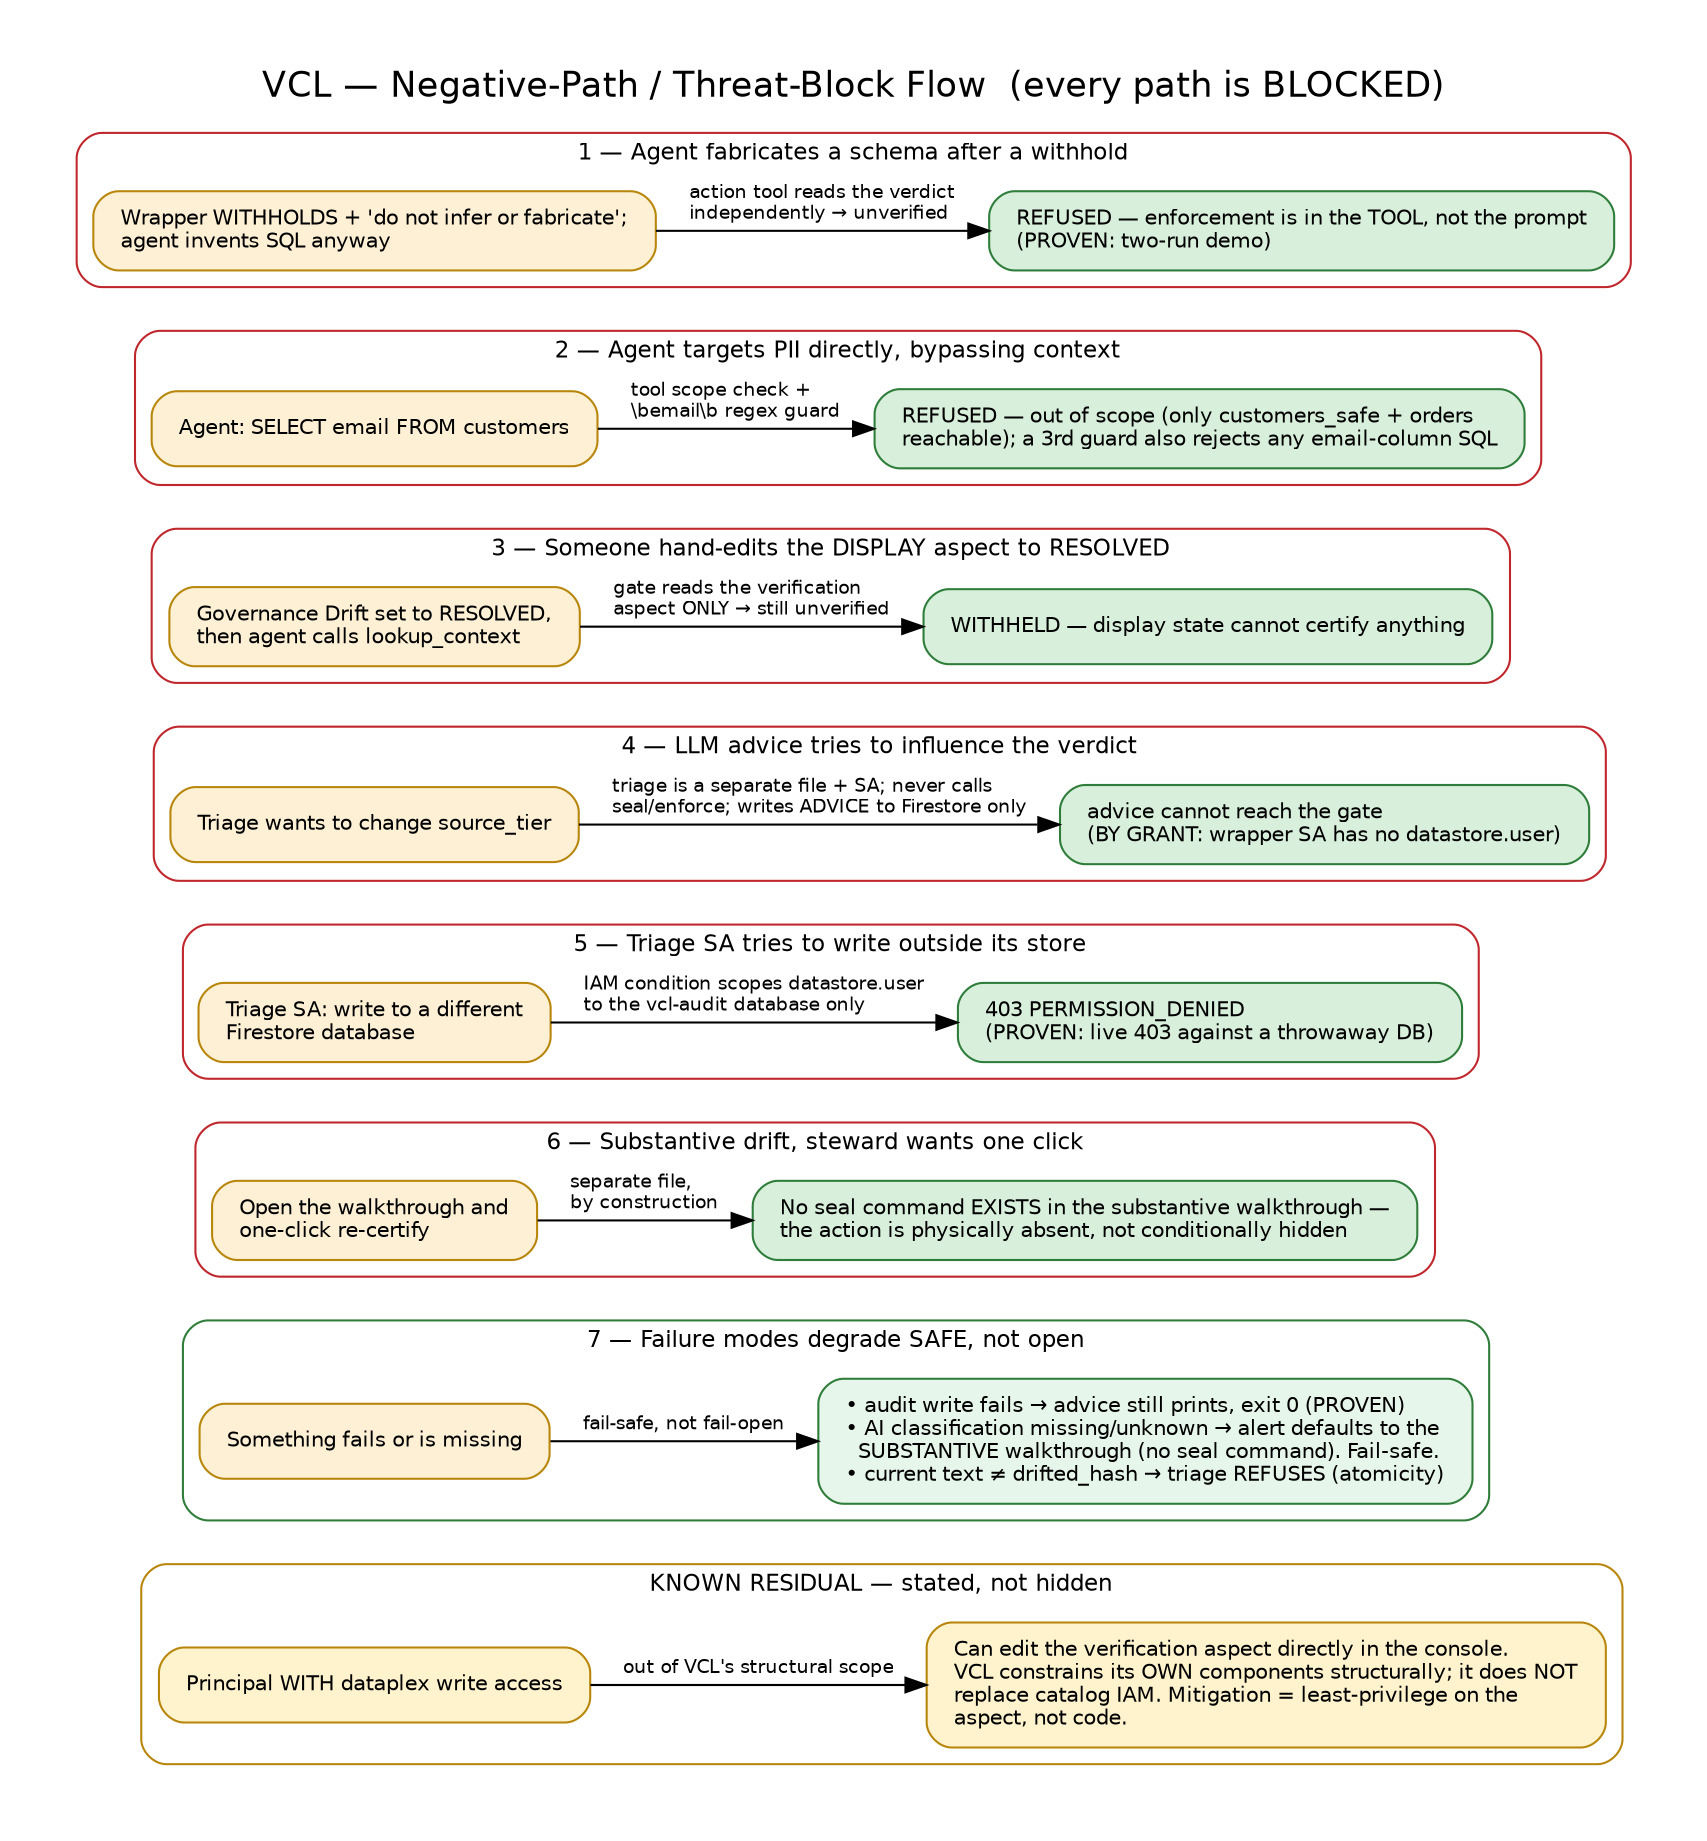
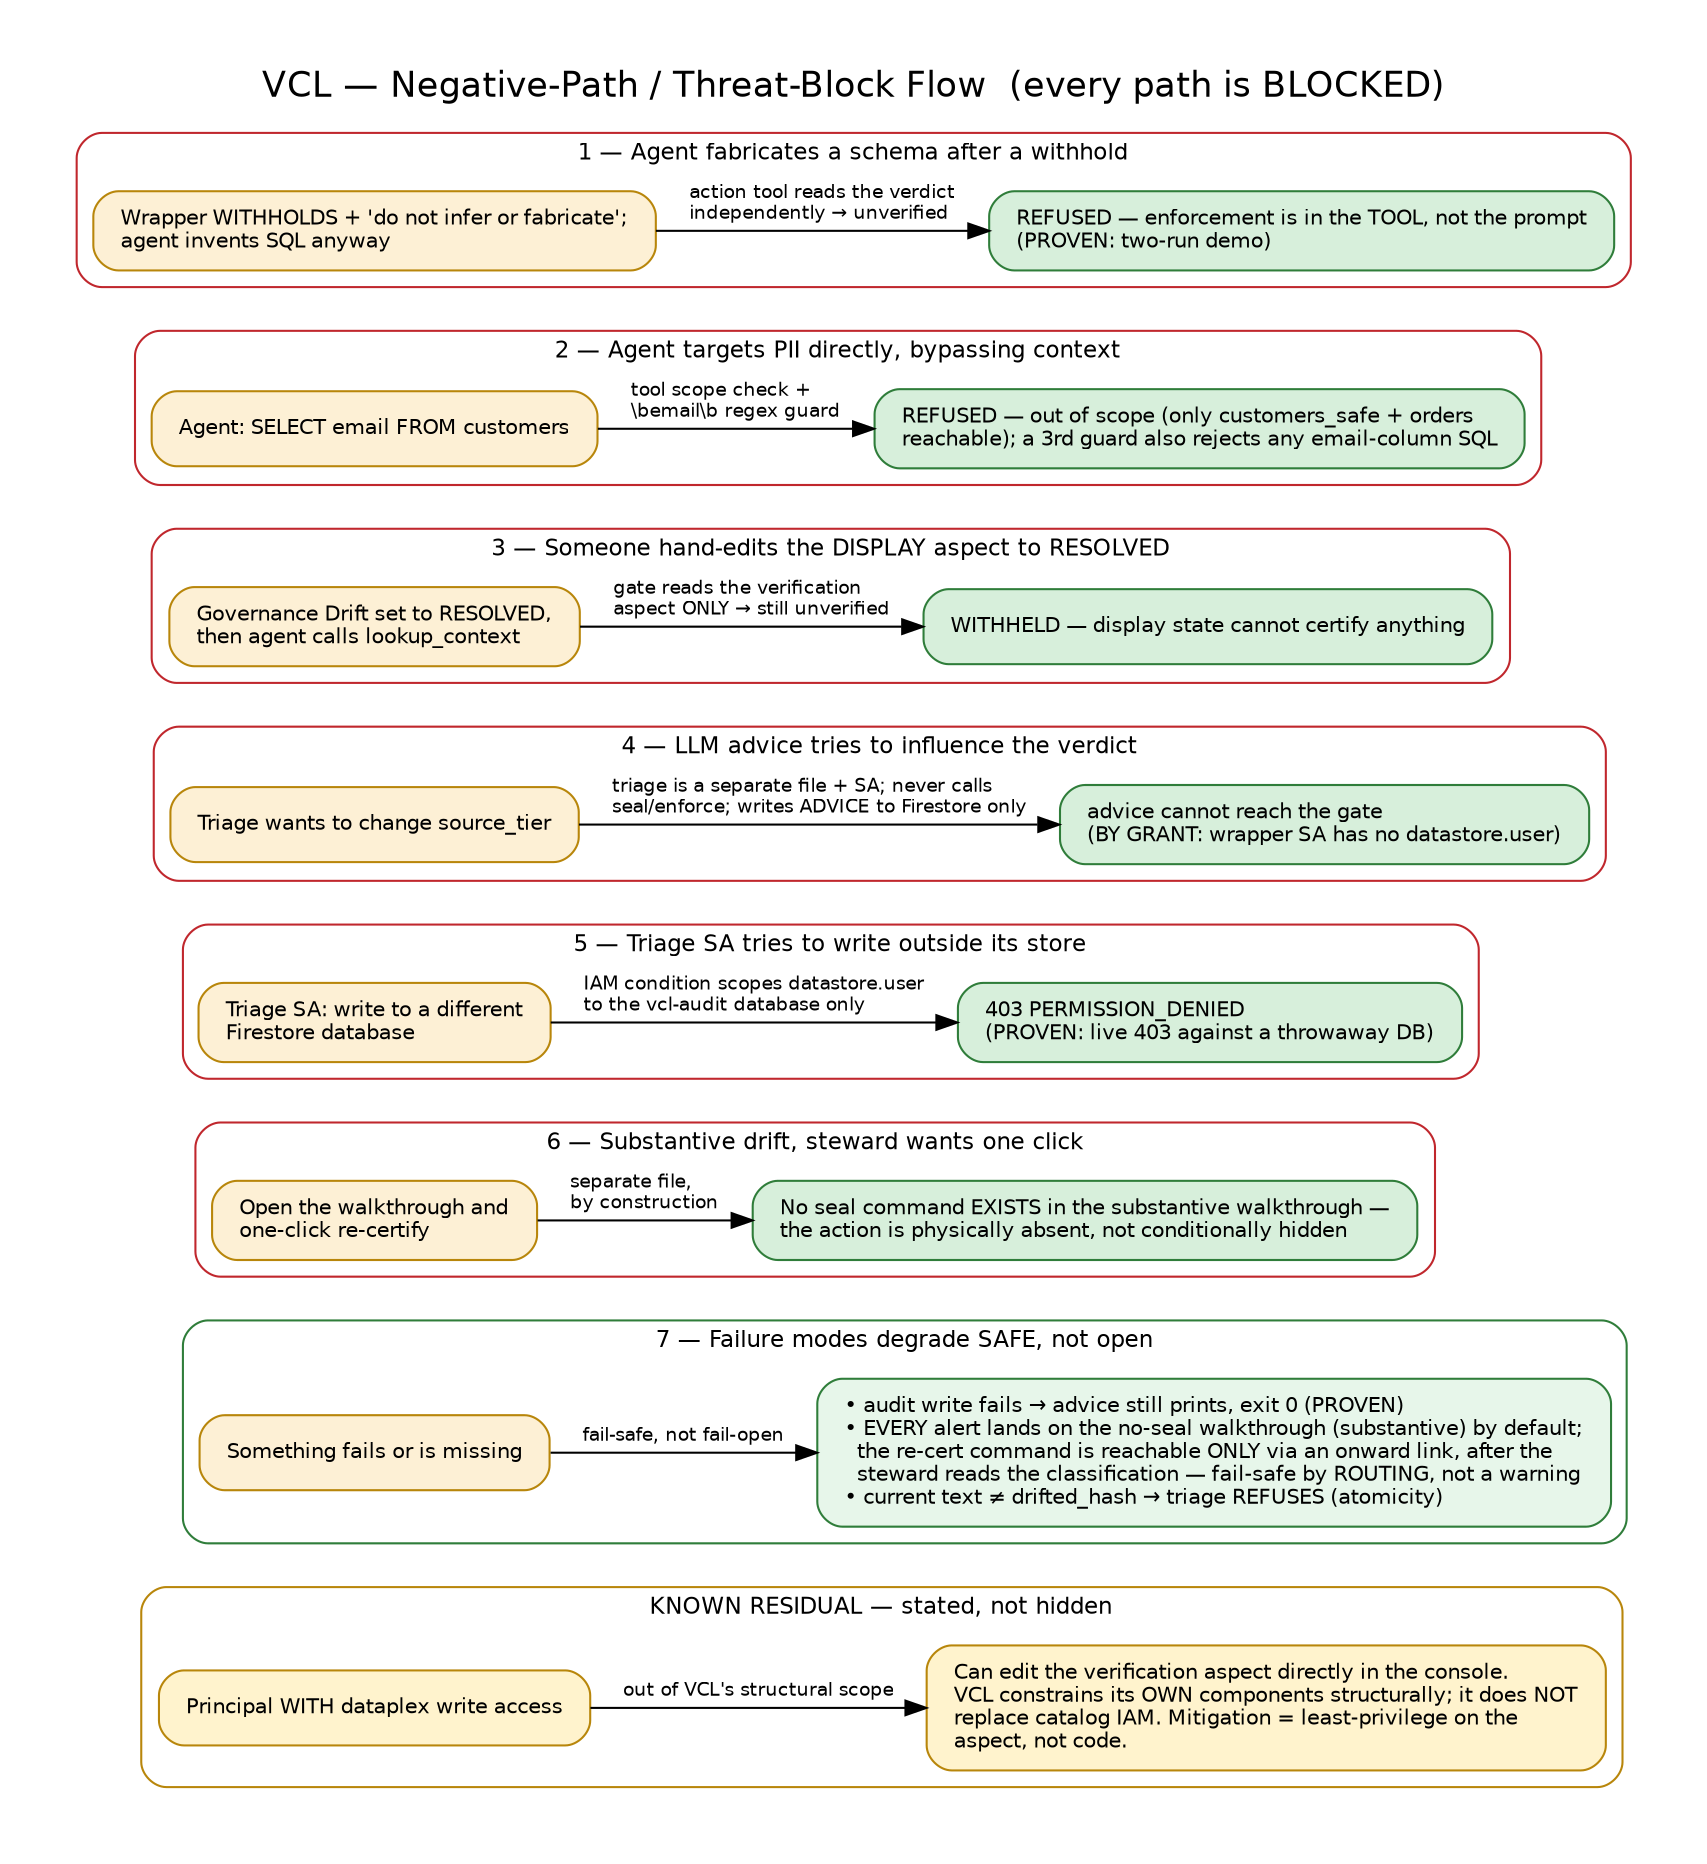
// VCL — Negative-Path / Threat-Block Flow (Graphviz DOT)
// Render: dot -Tsvg negative_flow.dot -o negative_flow.svg
// Every attempt is BLOCKED. Evidence tier is explicit:
//   PROVEN (live)  = observed live (a real 403 / a real run)
//   by grant       = true by IAM/structure inspection, not a live observation
//   RESIDUAL       = an honest, stated gap (amber)
// Fix vs the mermaid draft: scenario 4 relabelled "by grant" (it was not observed live
// the way scenario 5's 403 was).
digraph negative_flow {
  rankdir=TB;
  graph [fontname="Helvetica", labelloc="t", fontsize=17,
         label="VCL — Negative-Path / Threat-Block Flow  (every path is BLOCKED)",
         pad=0.4, nodesep=0.45, ranksep=0.55, splines=spline];
  node  [fontname="Helvetica", fontsize=10, shape=box, style="rounded,filled", margin="0.18,0.11"];
  edge  [fontname="Helvetica", fontsize=9];

  // colour roles
  //   attempt  amber   #fdf0d5
  //   blocked  green   #d7efdb
  //   failsafe green   #e7f6ea
  //   residual amber   #fff3cd

  subgraph cluster_1 {
    label="1 — Agent fabricates a schema after a withhold"; fontsize=11; style="rounded"; color="#c0272d";
    a1 [label="Wrapper WITHHOLDS + 'do not infer or fabricate';\lagent invents SQL anyway\l", fillcolor="#fdf0d5", color="#b8860b"];
    o1 [label="REFUSED — enforcement is in the TOOL, not the prompt\l(PROVEN: two-run demo)\l", fillcolor="#d7efdb", color="#2f7d3a"];
    { rank=same; a1 -> o1 [label="action tool reads the verdict\lindependently → unverified\l"]; }
  }
  subgraph cluster_2 {
    label="2 — Agent targets PII directly, bypassing context"; fontsize=11; style="rounded"; color="#c0272d";
    a2 [label="Agent: SELECT email FROM customers", fillcolor="#fdf0d5", color="#b8860b"];
    o2 [label="REFUSED — out of scope (only customers_safe + orders\lreachable); a 3rd guard also rejects any email-column SQL\l", fillcolor="#d7efdb", color="#2f7d3a"];
    { rank=same; a2 -> o2 [label="tool scope check +\l\\bemail\\b regex guard\l"]; }
  }
  subgraph cluster_3 {
    label="3 — Someone hand-edits the DISPLAY aspect to RESOLVED"; fontsize=11; style="rounded"; color="#c0272d";
    a3 [label="Governance Drift set to RESOLVED,\lthen agent calls lookup_context\l", fillcolor="#fdf0d5", color="#b8860b"];
    o3 [label="WITHHELD — display state cannot certify anything", fillcolor="#d7efdb", color="#2f7d3a"];
    { rank=same; a3 -> o3 [label="gate reads the verification\laspect ONLY → still unverified\l"]; }
  }
  subgraph cluster_4 {
    label="4 — LLM advice tries to influence the verdict"; fontsize=11; style="rounded"; color="#c0272d";
    a4 [label="Triage wants to change source_tier", fillcolor="#fdf0d5", color="#b8860b"];
    o4 [label="advice cannot reach the gate\l(BY GRANT: wrapper SA has no datastore.user)\l", fillcolor="#d7efdb", color="#2f7d3a"];
    { rank=same; a4 -> o4 [label="triage is a separate file + SA; never calls\lseal/enforce; writes ADVICE to Firestore only\l"]; }
  }
  subgraph cluster_5 {
    label="5 — Triage SA tries to write outside its store"; fontsize=11; style="rounded"; color="#c0272d";
    a5 [label="Triage SA: write to a different\lFirestore database\l", fillcolor="#fdf0d5", color="#b8860b"];
    o5 [label="403 PERMISSION_DENIED\l(PROVEN: live 403 against a throwaway DB)\l", fillcolor="#d7efdb", color="#2f7d3a"];
    { rank=same; a5 -> o5 [label="IAM condition scopes datastore.user\lto the vcl-audit database only\l"]; }
  }
  subgraph cluster_6 {
    label="6 — Substantive drift, steward wants one click"; fontsize=11; style="rounded"; color="#c0272d";
    a6 [label="Open the walkthrough and\lone-click re-certify\l", fillcolor="#fdf0d5", color="#b8860b"];
    o6 [label="No seal command EXISTS in the substantive walkthrough —\lthe action is physically absent, not conditionally hidden\l", fillcolor="#d7efdb", color="#2f7d3a"];
    { rank=same; a6 -> o6 [label="separate file,\lby construction\l"]; }
  }
  subgraph cluster_7 {
    label="7 — Failure modes degrade SAFE, not open"; fontsize=11; style="rounded"; color="#2f7d3a";
    a7 [label="Something fails or is missing", fillcolor="#fdf0d5", color="#b8860b"];
-     o7 [label="• audit write fails → advice still prints, exit 0 (PROVEN)\l• AI classification missing/unknown → alert defaults to the\l&nbsp;&nbsp;SUBSTANTIVE walkthrough (no seal command). Fail-safe.\l• current text ≠ drifted_hash → triage REFUSES (atomicity)\l", fillcolor="#e7f6ea", color="#2f7d3a"];
+     o7 [label="• audit write fails → advice still prints, exit 0 (PROVEN)\l• EVERY alert lands on the no-seal walkthrough (substantive) by default;\l&nbsp;&nbsp;the re-cert command is reachable ONLY via an onward link, after the\l&nbsp;&nbsp;steward reads the classification — fail-safe by ROUTING, not a warning\l• current text ≠ drifted_hash → triage REFUSES (atomicity)\l", fillcolor="#e7f6ea", color="#2f7d3a"];
    { rank=same; a7 -> o7 [label="fail-safe, not fail-open"]; }
  }
  subgraph cluster_8 {
    label="KNOWN RESIDUAL — stated, not hidden"; fontsize=11; style="rounded"; color="#b8860b";
    a8 [label="Principal WITH dataplex write access", fillcolor="#fff3cd", color="#b8860b"];
    o8 [label="Can edit the verification aspect directly in the console.\lVCL constrains its OWN components structurally; it does NOT\lreplace catalog IAM. Mitigation = least-privilege on the\laspect, not code.\l", fillcolor="#fff3cd", color="#b8860b"];
    { rank=same; a8 -> o8 [label="out of VCL's structural scope"]; }
  }

  // stack the rows top -> bottom
  edge [style=invis];
  a1 -> a2 -> a3 -> a4 -> a5 -> a6 -> a7 -> a8;
}
